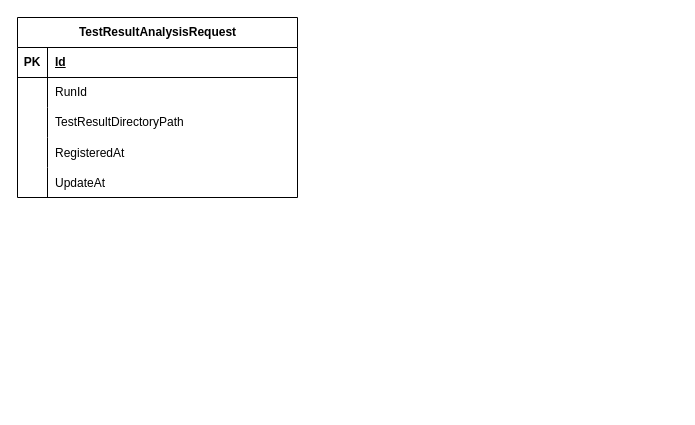
Above: page "テスト解析要求" (2 of 2) of doc/design/ER_diagram.drawio in CountrySideEngineer/TestManagement (draw.io), before the change. Source tidied: cells renumbered, new cells numbered last; positions are measured from the earlier drawing's top-left corner, leaving out a move shared by most shapes. Both pictures are drawn from the tidied source at 100%, with x=0, y=0 at pixel (17, 17).
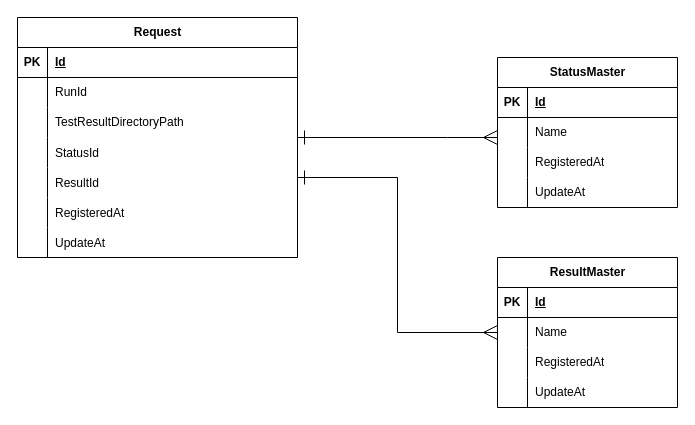
After the change.

Commit message (it also covers changes not shown here):
Update design document.

Change to the diagram source:
```diff
@@
+    <mxCell id="18" style="edgeStyle=orthogonalEdgeStyle;rounded=0;jettySize=auto;html=1;endArrow=ERmany;endFill=0;endSize=12;startArrow=ERone;startFill=0;startSize=12;" parent="1" edge="1" source="2" target="26">
+      <mxGeometry relative="1" as="geometry">
+        <Array as="points">
+          <mxPoint x="430" y="120" />
+          <mxPoint x="430" y="120" />
+        </Array>
+      </mxGeometry>
+    </mxCell>
+    <mxCell id="19" style="edgeStyle=orthogonalEdgeStyle;rounded=0;jettySize=auto;html=1;startArrow=ERone;startFill=0;startSize=12;endArrow=ERmany;endFill=0;endSize=12;" parent="1" edge="1" source="2" target="39">
+      <mxGeometry relative="1" as="geometry">
+        <Array as="points">
+          <mxPoint x="380" y="160" />
+          <mxPoint x="380" y="315" />
+        </Array>
+      </mxGeometry>
+    </mxCell>
-    <mxCell id="2" value="TestResultAnalysisRequest" style="shape=table;startSize=30;childLayout=tableLayout;rowLines=0;fontStyle=1;align=center;html=1;" parent="1" vertex="1">
-      <mxGeometry width="280" height="180" as="geometry" />
+    <mxCell id="2" value="Request" style="shape=table;startSize=30;childLayout=tableLayout;rowLines=0;fontStyle=1;align=center;html=1;" parent="1" vertex="1">
+      <mxGeometry width="280" height="240" as="geometry" />
     </mxCell>
@@
+    <mxCell id="20" style="shape=tableRow;horizontal=0;startSize=0;swimlaneHead=0;swimlaneBody=0;fillColor=none;top=0;left=0;right=0;bottom=0;" parent="2" vertex="1">
+      <mxGeometry y="120" width="280" height="30" as="geometry" />
+    </mxCell>
+    <mxCell id="21" style="shape=partialRectangle;fillColor=none;top=0;left=0;bottom=0;right=0;overflow=hidden;" parent="20" vertex="1">
+      <mxGeometry width="30" height="30" as="geometry" />
+    </mxCell>
+    <mxCell id="22" value="StatusId" style="shape=partialRectangle;fillColor=none;top=0;left=0;bottom=0;right=0;align=left;spacingLeft=6;overflow=hidden;" parent="20" vertex="1">
+      <mxGeometry x="30" width="250" height="30" as="geometry" />
+    </mxCell>
+    <mxCell id="23" style="shape=tableRow;horizontal=0;startSize=0;swimlaneHead=0;swimlaneBody=0;fillColor=none;top=0;left=0;right=0;bottom=0;" parent="2" vertex="1">
+      <mxGeometry y="150" width="280" height="30" as="geometry" />
+    </mxCell>
+    <mxCell id="24" style="shape=partialRectangle;fillColor=none;top=0;left=0;bottom=0;right=0;overflow=hidden;" parent="23" vertex="1">
+      <mxGeometry width="30" height="30" as="geometry" />
+    </mxCell>
+    <mxCell id="25" value="ResultId" style="shape=partialRectangle;fillColor=none;top=0;left=0;bottom=0;right=0;align=left;spacingLeft=6;overflow=hidden;" parent="23" vertex="1">
+      <mxGeometry x="30" width="250" height="30" as="geometry" />
+    </mxCell>
     <mxCell id="12" style="shape=tableRow;horizontal=0;startSize=0;swimlaneHead=0;swimlaneBody=0;fillColor=none;top=0;left=0;right=0;bottom=0;" parent="2" vertex="1">
-      <mxGeometry y="120" width="280" height="30" as="geometry" />
+      <mxGeometry y="180" width="280" height="30" as="geometry" />
     </mxCell>
@@
     <mxCell id="15" style="shape=tableRow;horizontal=0;startSize=0;swimlaneHead=0;swimlaneBody=0;fillColor=none;top=0;left=0;right=0;bottom=0;" parent="2" vertex="1">
-      <mxGeometry y="150" width="280" height="30" as="geometry" />
+      <mxGeometry y="210" width="280" height="30" as="geometry" />
     </mxCell>
@@
+    <mxCell id="26" value="StatusMaster" style="shape=table;startSize=30;childLayout=tableLayout;rowLines=0;fontStyle=1;align=center;html=1;" parent="1" vertex="1">
+      <mxGeometry x="480" y="40" width="180" height="150" as="geometry" />
+    </mxCell>
+    <mxCell id="27" style="shape=tableRow;horizontal=0;startSize=0;swimlaneHead=0;swimlaneBody=0;fillColor=none;top=0;left=0;right=0;bottom=1;" parent="26" vertex="1">
+      <mxGeometry y="30" width="180" height="30" as="geometry" />
+    </mxCell>
+    <mxCell id="28" value="PK" style="shape=partialRectangle;fillColor=none;top=0;left=0;bottom=0;right=0;fontStyle=1;overflow=hidden;whiteSpace=wrap;html=1;" parent="27" vertex="1">
+      <mxGeometry width="30" height="30" as="geometry" />
+    </mxCell>
+    <mxCell id="29" value="Id" style="shape=partialRectangle;fillColor=none;top=0;left=0;bottom=0;right=0;align=left;spacingLeft=6;fontStyle=5;overflow=hidden;whiteSpace=wrap;html=1;" parent="27" vertex="1">
+      <mxGeometry x="30" width="150" height="30" as="geometry" />
+    </mxCell>
+    <mxCell id="30" style="shape=tableRow;horizontal=0;startSize=0;swimlaneHead=0;swimlaneBody=0;fillColor=none;top=0;left=0;right=0;bottom=0;" parent="26" vertex="1">
+      <mxGeometry y="60" width="180" height="30" as="geometry" />
+    </mxCell>
+    <mxCell id="31" style="shape=partialRectangle;fillColor=none;top=0;left=0;bottom=0;right=0;overflow=hidden;whiteSpace=wrap;html=1;" parent="30" vertex="1">
+      <mxGeometry width="30" height="30" as="geometry" />
+    </mxCell>
+    <mxCell id="32" value="Name" style="shape=partialRectangle;fillColor=none;top=0;left=0;bottom=0;right=0;align=left;spacingLeft=6;overflow=hidden;whiteSpace=wrap;html=1;" parent="30" vertex="1">
+      <mxGeometry x="30" width="150" height="30" as="geometry" />
+    </mxCell>
+    <mxCell id="33" style="shape=tableRow;horizontal=0;startSize=0;swimlaneHead=0;swimlaneBody=0;fillColor=none;top=0;left=0;right=0;bottom=0;" parent="26" vertex="1">
+      <mxGeometry y="90" width="180" height="30" as="geometry" />
+    </mxCell>
+    <mxCell id="34" style="shape=partialRectangle;fillColor=none;top=0;left=0;bottom=0;right=0;overflow=hidden;whiteSpace=wrap;html=1;" parent="33" vertex="1">
+      <mxGeometry width="30" height="30" as="geometry" />
+    </mxCell>
+    <mxCell id="35" value="RegisteredAt" style="shape=partialRectangle;fillColor=none;top=0;left=0;bottom=0;right=0;align=left;spacingLeft=6;overflow=hidden;whiteSpace=wrap;html=1;" parent="33" vertex="1">
+      <mxGeometry x="30" width="150" height="30" as="geometry" />
+    </mxCell>
+    <mxCell id="36" style="shape=tableRow;horizontal=0;startSize=0;swimlaneHead=0;swimlaneBody=0;fillColor=none;top=0;left=0;right=0;bottom=0;" parent="26" vertex="1">
+      <mxGeometry y="120" width="180" height="30" as="geometry" />
+    </mxCell>
+    <mxCell id="37" style="shape=partialRectangle;fillColor=none;top=0;left=0;bottom=0;right=0;overflow=hidden;whiteSpace=wrap;html=1;" parent="36" vertex="1">
+      <mxGeometry width="30" height="30" as="geometry" />
+    </mxCell>
+    <mxCell id="38" value="UpdateAt" style="shape=partialRectangle;fillColor=none;top=0;left=0;bottom=0;right=0;align=left;spacingLeft=6;overflow=hidden;whiteSpace=wrap;html=1;" parent="36" vertex="1">
+      <mxGeometry x="30" width="150" height="30" as="geometry" />
+    </mxCell>
+    <mxCell id="39" value="ResultMaster" style="shape=table;startSize=30;childLayout=tableLayout;rowLines=0;fontStyle=1;align=center;html=1;" parent="1" vertex="1">
+      <mxGeometry x="480" y="240" width="180" height="150" as="geometry" />
+    </mxCell>
+    <mxCell id="40" style="shape=tableRow;horizontal=0;startSize=0;swimlaneHead=0;swimlaneBody=0;fillColor=none;top=0;left=0;right=0;bottom=1;" parent="39" vertex="1">
+      <mxGeometry y="30" width="180" height="30" as="geometry" />
+    </mxCell>
+    <mxCell id="41" value="PK" style="shape=partialRectangle;fillColor=none;top=0;left=0;bottom=0;right=0;fontStyle=1;overflow=hidden;whiteSpace=wrap;html=1;" parent="40" vertex="1">
+      <mxGeometry width="30" height="30" as="geometry" />
+    </mxCell>
+    <mxCell id="42" value="Id" style="shape=partialRectangle;fillColor=none;top=0;left=0;bottom=0;right=0;align=left;spacingLeft=6;fontStyle=5;overflow=hidden;whiteSpace=wrap;html=1;" parent="40" vertex="1">
+      <mxGeometry x="30" width="150" height="30" as="geometry" />
+    </mxCell>
+    <mxCell id="43" style="shape=tableRow;horizontal=0;startSize=0;swimlaneHead=0;swimlaneBody=0;fillColor=none;top=0;left=0;right=0;bottom=0;" parent="39" vertex="1">
+      <mxGeometry y="60" width="180" height="30" as="geometry" />
+    </mxCell>
+    <mxCell id="44" style="shape=partialRectangle;fillColor=none;top=0;left=0;bottom=0;right=0;overflow=hidden;whiteSpace=wrap;html=1;" parent="43" vertex="1">
+      <mxGeometry width="30" height="30" as="geometry" />
+    </mxCell>
+    <mxCell id="45" value="Name" style="shape=partialRectangle;fillColor=none;top=0;left=0;bottom=0;right=0;align=left;spacingLeft=6;overflow=hidden;whiteSpace=wrap;html=1;" parent="43" vertex="1">
+      <mxGeometry x="30" width="150" height="30" as="geometry" />
+    </mxCell>
+    <mxCell id="46" style="shape=tableRow;horizontal=0;startSize=0;swimlaneHead=0;swimlaneBody=0;fillColor=none;top=0;left=0;right=0;bottom=0;" parent="39" vertex="1">
+      <mxGeometry y="90" width="180" height="30" as="geometry" />
+    </mxCell>
+    <mxCell id="47" style="shape=partialRectangle;fillColor=none;top=0;left=0;bottom=0;right=0;overflow=hidden;whiteSpace=wrap;html=1;" parent="46" vertex="1">
+      <mxGeometry width="30" height="30" as="geometry" />
+    </mxCell>
+    <mxCell id="48" value="RegisteredAt" style="shape=partialRectangle;fillColor=none;top=0;left=0;bottom=0;right=0;align=left;spacingLeft=6;overflow=hidden;whiteSpace=wrap;html=1;" parent="46" vertex="1">
+      <mxGeometry x="30" width="150" height="30" as="geometry" />
+    </mxCell>
+    <mxCell id="49" style="shape=tableRow;horizontal=0;startSize=0;swimlaneHead=0;swimlaneBody=0;fillColor=none;top=0;left=0;right=0;bottom=0;" parent="39" vertex="1">
+      <mxGeometry y="120" width="180" height="30" as="geometry" />
+    </mxCell>
+    <mxCell id="50" style="shape=partialRectangle;fillColor=none;top=0;left=0;bottom=0;right=0;overflow=hidden;whiteSpace=wrap;html=1;" parent="49" vertex="1">
+      <mxGeometry width="30" height="30" as="geometry" />
+    </mxCell>
+    <mxCell id="51" value="UpdateAt" style="shape=partialRectangle;fillColor=none;top=0;left=0;bottom=0;right=0;align=left;spacingLeft=6;overflow=hidden;whiteSpace=wrap;html=1;" parent="49" vertex="1">
+      <mxGeometry x="30" width="150" height="30" as="geometry" />
+    </mxCell>
```
